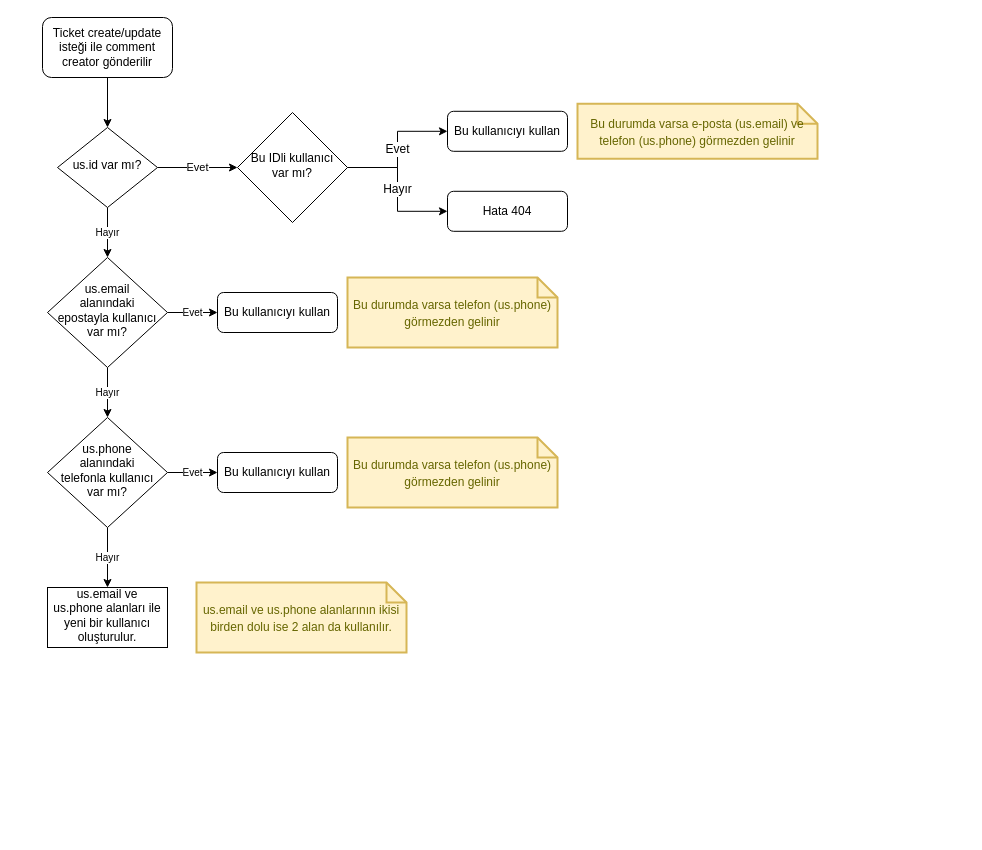
grispiapp/api-docs keeps this draw.io diagram as createNewTicketFromApi.drawio.xml. Above is the earlier version. Source tidied: cells renumbered, new cells numbered last; positions are measured from the earlier drawing's top-left corner, leaving out a move shared by most shapes. Both pictures are drawn from the tidied source at 100%, with x=0, y=0 at pixel (42, 17).
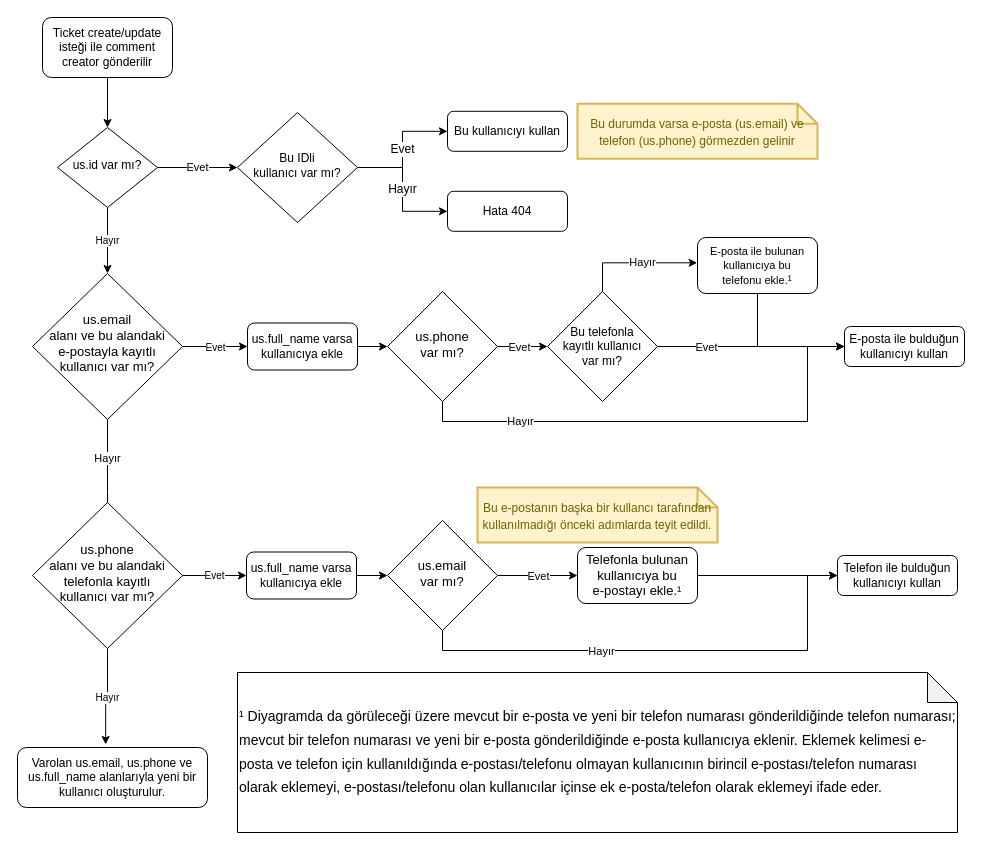
Above is the later version.

What changed in the source:
```diff
@@
-    <mxCell id="8" value="Evet" style="edgeStyle=orthogonalEdgeStyle;rounded=0;jettySize=auto;html=1;exitX=1;exitY=0.5;exitDx=0;exitDy=0;entryX=0;entryY=0.5;entryDx=0;entryDy=0;fontSize=10;" parent="1" edge="1" source="10" target="12">
-      <mxGeometry relative="1" as="geometry" />
+    <mxCell id="8" value="Evet" style="edgeStyle=orthogonalEdgeStyle;rounded=0;jettySize=auto;html=1;exitX=1;exitY=0.5;exitDx=0;exitDy=0;fontSize=10;" parent="1" edge="1" source="10">
+      <mxGeometry relative="1" as="geometry">
+        <mxPoint x="205" y="329" as="targetPoint" />
+      </mxGeometry>
     </mxCell>
-    <mxCell id="9" value="Hayır" style="edgeStyle=orthogonalEdgeStyle;rounded=0;jettySize=auto;html=1;entryX=0.5;entryY=0;entryDx=0;entryDy=0;fontSize=10;" parent="1" edge="1" source="10" target="16">
-      <mxGeometry relative="1" as="geometry" />
+    <mxCell id="9" style="edgeStyle=orthogonalEdgeStyle;rounded=0;jettySize=auto;html=1;entryX=0.5;entryY=0;entryDx=0;entryDy=0;fontSize=10;" parent="1" edge="1" source="10">
+      <mxGeometry relative="1" as="geometry">
+        <mxPoint x="65" y="548" as="targetPoint" />
+      </mxGeometry>
     </mxCell>
+    <mxCell id="25" value="Hayır" style="edgeLabel;html=1;align=center;verticalAlign=middle;" parent="9" vertex="1">
+      <mxGeometry x="-0.48" y="-1" relative="1" as="geometry" />
+    </mxCell>
-    <mxCell id="10" value="us.email&lt;br&gt;alanındaki&lt;br&gt;epostayla kullanıcı var mı?" style="rhombus;whiteSpace=wrap;html=1;shadow=0;fontFamily=Helvetica;fontSize=12;align=center;strokeWidth=1;spacing=6;spacingTop=-4;" parent="1" vertex="1">
-      <mxGeometry x="5" y="240" width="120" height="110" as="geometry" />
+    <mxCell id="10" value="&lt;font style=&quot;font-size: 13px;&quot;&gt;us.email&lt;br&gt;alanı ve bu alandaki&lt;br&gt;e-postayla kayıtlı kullanıcı var mı?&lt;/font&gt;" style="rhombus;whiteSpace=wrap;html=1;shadow=0;fontFamily=Helvetica;fontSize=12;align=center;strokeWidth=1;spacing=6;spacingTop=-6;" parent="1" vertex="1">
+      <mxGeometry x="-10" y="256" width="150" height="146" as="geometry" />
     </mxCell>
@@
-    <mxCell id="12" value="Bu kullanıcıyı kullan" style="rounded=1;whiteSpace=wrap;html=1;fontSize=12;glass=0;strokeWidth=1;shadow=0;" parent="1" vertex="1">
-      <mxGeometry x="175" y="275" width="120" height="40" as="geometry" />
-    </mxCell>
-    <mxCell id="13" value="&lt;font style=&quot;font-size: 12px;&quot;&gt;Bu durumda varsa telefon (us.phone) görmezden gelinir&lt;/font&gt;" style="shape=note;strokeWidth=2;fontSize=14;size=20;whiteSpace=wrap;html=1;fillColor=#fff2cc;strokeColor=#d6b656;fontColor=#666600;" parent="1" vertex="1">
-      <mxGeometry x="305" y="260" width="210" height="70" as="geometry" />
-    </mxCell>
-    <mxCell id="14" value="Evet" style="edgeStyle=orthogonalEdgeStyle;rounded=0;jettySize=auto;html=1;exitX=1;exitY=0.5;exitDx=0;exitDy=0;entryX=0;entryY=0.5;entryDx=0;entryDy=0;fontSize=10;" parent="1" edge="1" source="16" target="17">
-      <mxGeometry relative="1" as="geometry" />
-    </mxCell>
-    <mxCell id="15" value="Hayır" style="edgeStyle=orthogonalEdgeStyle;rounded=0;jettySize=auto;html=1;fontSize=10;" parent="1" edge="1" source="16" target="19">
+    <mxCell id="15" value="Hayır" style="edgeStyle=orthogonalEdgeStyle;rounded=0;jettySize=auto;html=1;fontSize=10;exitX=0.5;exitY=1;exitDx=0;exitDy=0;entryX=0.464;entryY=-0.051;entryDx=0;entryDy=0;entryPerimeter=0;" parent="1" edge="1" source="41" target="54">
       <mxGeometry relative="1" as="geometry" />
     </mxCell>
-    <mxCell id="16" value="us.phone&lt;br&gt;alanındaki&lt;br&gt;telefonla kullanıcı var mı?" style="rhombus;whiteSpace=wrap;html=1;shadow=0;fontFamily=Helvetica;fontSize=12;align=center;strokeWidth=1;spacing=6;spacingTop=-4;" parent="1" vertex="1">
-      <mxGeometry x="5" y="400" width="120" height="110" as="geometry" />
-    </mxCell>
-    <mxCell id="17" value="Bu kullanıcıyı kullan" style="rounded=1;whiteSpace=wrap;html=1;fontSize=12;glass=0;strokeWidth=1;shadow=0;" parent="1" vertex="1">
-      <mxGeometry x="175" y="435" width="120" height="40" as="geometry" />
-    </mxCell>
-    <mxCell id="18" value="&lt;font style=&quot;font-size: 12px;&quot;&gt;Bu durumda varsa telefon (us.phone) görmezden gelinir&lt;/font&gt;" style="shape=note;strokeWidth=2;fontSize=14;size=20;whiteSpace=wrap;html=1;fillColor=#fff2cc;strokeColor=#d6b656;fontColor=#666600;" parent="1" vertex="1">
-      <mxGeometry x="305" y="420" width="210" height="70" as="geometry" />
-    </mxCell>
-    <mxCell id="19" value="us.email ve us.phone alanları ile yeni bir kullanıcı oluşturulur." style="whiteSpace=wrap;html=1;shadow=0;strokeWidth=1;spacing=6;spacingTop=-4;" parent="1" vertex="1">
-      <mxGeometry x="5" y="570" width="120" height="60" as="geometry" />
-    </mxCell>
-    <mxCell id="20" value="&lt;font style=&quot;font-size: 12px;&quot;&gt;us.email ve us.phone alanlarının ikisi birden dolu ise 2 alan da kullanılır.&lt;/font&gt;" style="shape=note;strokeWidth=2;fontSize=14;size=20;whiteSpace=wrap;html=1;fillColor=#fff2cc;strokeColor=#d6b656;fontColor=#666600;" parent="1" vertex="1">
-      <mxGeometry x="154" y="565" width="210" height="70" as="geometry" />
-    </mxCell>
@@
-    <mxCell id="23" value="Bu IDli kullanıcı var mı?" style="rhombus;whiteSpace=wrap;html=1;shadow=0;fontFamily=Helvetica;fontSize=12;align=center;strokeWidth=1;spacing=6;spacingTop=-4;" parent="1" vertex="1">
-      <mxGeometry x="195" y="95" width="110" height="110" as="geometry" />
+    <mxCell id="23" value="Bu IDli &lt;br&gt;kullanıcı var mı?" style="rhombus;whiteSpace=wrap;html=1;shadow=0;fontFamily=Helvetica;fontSize=12;align=center;strokeWidth=1;spacing=6;spacingTop=-4;" parent="1" vertex="1">
+      <mxGeometry x="195" y="95" width="120" height="110" as="geometry" />
     </mxCell>
@@
+    <mxCell id="26" style="edgeStyle=orthogonalEdgeStyle;rounded=0;jettySize=auto;html=1;exitX=1;exitY=0.5;exitDx=0;exitDy=0;entryX=0;entryY=0.5;entryDx=0;entryDy=0;" parent="1" edge="1" source="30" target="33">
+      <mxGeometry relative="1" as="geometry" />
+    </mxCell>
+    <mxCell id="27" value="Evet" style="edgeLabel;html=1;align=center;verticalAlign=middle;" parent="26" vertex="1">
+      <mxGeometry x="-0.16" y="-1" relative="1" as="geometry">
+        <mxPoint y="-1" as="offset" />
+      </mxGeometry>
+    </mxCell>
+    <mxCell id="28" style="edgeStyle=orthogonalEdgeStyle;rounded=0;jettySize=auto;html=1;exitX=0.5;exitY=1;exitDx=0;exitDy=0;entryX=0;entryY=0.5;entryDx=0;entryDy=0;" parent="1" edge="1" source="30" target="38">
+      <mxGeometry relative="1" as="geometry">
+        <Array as="points">
+          <mxPoint x="400" y="404" />
+          <mxPoint x="765" y="404" />
+          <mxPoint x="765" y="329" />
+        </Array>
+      </mxGeometry>
+    </mxCell>
+    <mxCell id="29" value="Hayır" style="edgeLabel;html=1;align=center;verticalAlign=middle;" parent="28" vertex="1">
+      <mxGeometry x="-0.62" y="1" relative="1" as="geometry">
+        <mxPoint x="3" as="offset" />
+      </mxGeometry>
+    </mxCell>
+    <mxCell id="30" value="&lt;font style=&quot;font-size: 13px;&quot;&gt;us.phone &lt;br&gt;var mı?&lt;/font&gt;" style="rhombus;whiteSpace=wrap;html=1;shadow=0;fontFamily=Helvetica;fontSize=12;align=center;strokeWidth=1;spacing=6;spacingTop=-4;" parent="1" vertex="1">
+      <mxGeometry x="345" y="274" width="110" height="110" as="geometry" />
+    </mxCell>
+    <mxCell id="31" style="edgeStyle=orthogonalEdgeStyle;rounded=0;jettySize=auto;html=1;exitX=1;exitY=0.5;exitDx=0;exitDy=0;entryX=0;entryY=0.5;entryDx=0;entryDy=0;" parent="1" edge="1" source="33" target="38">
+      <mxGeometry relative="1" as="geometry" />
+    </mxCell>
+    <mxCell id="32" value="Evet" style="edgeLabel;html=1;align=center;verticalAlign=middle;" parent="31" vertex="1">
+      <mxGeometry x="-0.49" relative="1" as="geometry" />
+    </mxCell>
+    <mxCell id="33" value="&lt;font style=&quot;font-size: 12px;&quot;&gt;Bu telefonla &lt;br&gt;kayıtlı kullanıcı &lt;br&gt;var mı?&lt;/font&gt;" style="rhombus;whiteSpace=wrap;html=1;shadow=0;fontFamily=Helvetica;fontSize=12;align=center;strokeWidth=1;spacing=6;spacingTop=-1;" parent="1" vertex="1">
+      <mxGeometry x="505" y="274" width="110" height="110" as="geometry" />
+    </mxCell>
+    <mxCell id="34" style="edgeStyle=orthogonalEdgeStyle;rounded=0;jettySize=auto;html=1;exitX=0.5;exitY=1;exitDx=0;exitDy=0;endArrow=none;endFill=0;entryX=0;entryY=0.5;entryDx=0;entryDy=0;" parent="1" edge="1" source="35" target="38">
+      <mxGeometry relative="1" as="geometry" />
+    </mxCell>
+    <mxCell id="35" value="&lt;font style=&quot;font-size: 11px;&quot;&gt;E-posta ile bulunan kullanıcıya bu &lt;br&gt;telefonu ekle.&lt;/font&gt;¹" style="rounded=1;whiteSpace=wrap;html=1;fontSize=12;glass=0;strokeWidth=1;shadow=0;" parent="1" vertex="1">
+      <mxGeometry x="655" y="220" width="120" height="56" as="geometry" />
+    </mxCell>
+    <mxCell id="36" style="edgeStyle=orthogonalEdgeStyle;rounded=0;jettySize=auto;html=1;exitX=1;exitY=0.5;exitDx=0;exitDy=0;entryX=0;entryY=0.5;entryDx=0;entryDy=0;" parent="1" edge="1" source="37" target="30">
+      <mxGeometry relative="1" as="geometry" />
+    </mxCell>
+    <mxCell id="37" value="us.full_name varsa kullanıcıya ekle" style="rounded=1;whiteSpace=wrap;html=1;" parent="1" vertex="1">
+      <mxGeometry x="205" y="305.5" width="110" height="47" as="geometry" />
+    </mxCell>
+    <mxCell id="38" value="E-posta ile bulduğun kullanıcıyı kullan" style="rounded=1;whiteSpace=wrap;html=1;fontSize=12;glass=0;strokeWidth=1;shadow=0;" parent="1" vertex="1">
+      <mxGeometry x="802" y="309" width="120" height="40" as="geometry" />
+    </mxCell>
+    <mxCell id="39" style="edgeStyle=orthogonalEdgeStyle;rounded=0;jettySize=auto;html=1;exitX=0.5;exitY=0;exitDx=0;exitDy=0;entryX=-0.003;entryY=0.452;entryDx=0;entryDy=0;entryPerimeter=0;" parent="1" edge="1" source="33" target="35">
+      <mxGeometry relative="1" as="geometry" />
+    </mxCell>
+    <mxCell id="40" value="Hayır" style="edgeLabel;html=1;align=center;verticalAlign=middle;" parent="39" vertex="1">
+      <mxGeometry x="0.11" y="-1" relative="1" as="geometry">
+        <mxPoint y="-2" as="offset" />
+      </mxGeometry>
+    </mxCell>
+    <mxCell id="41" value="&lt;font style=&quot;font-size: 13px;&quot;&gt;us.phone&lt;br style=&quot;border-color: var(--border-color);&quot;&gt;alanı ve bu alandaki telefonla kayıtlı kullanıcı&amp;nbsp;var mı?&lt;/font&gt;" style="rhombus;whiteSpace=wrap;html=1;shadow=0;fontFamily=Helvetica;fontSize=12;align=center;strokeWidth=1;spacing=6;spacingTop=-5;" parent="1" vertex="1">
+      <mxGeometry x="-10" y="485" width="150" height="146" as="geometry" />
+    </mxCell>
+    <mxCell id="42" value="Evet" style="edgeStyle=orthogonalEdgeStyle;rounded=0;jettySize=auto;html=1;fontSize=10;exitX=1;exitY=0.5;exitDx=0;exitDy=0;" parent="1" edge="1" source="41">
+      <mxGeometry relative="1" as="geometry">
+        <mxPoint x="204" y="558" as="targetPoint" />
+      </mxGeometry>
+    </mxCell>
+    <mxCell id="43" style="edgeStyle=orthogonalEdgeStyle;rounded=0;jettySize=auto;html=1;exitX=1;exitY=0.5;exitDx=0;exitDy=0;entryX=0;entryY=0.5;entryDx=0;entryDy=0;" parent="1" edge="1" source="44" target="49">
+      <mxGeometry relative="1" as="geometry" />
+    </mxCell>
+    <mxCell id="44" value="us.full_name varsa kullanıcıya ekle" style="rounded=1;whiteSpace=wrap;html=1;" parent="1" vertex="1">
+      <mxGeometry x="204" y="534.5" width="110" height="47" as="geometry" />
+    </mxCell>
+    <mxCell id="45" style="edgeStyle=orthogonalEdgeStyle;rounded=0;jettySize=auto;html=1;" parent="1" edge="1" source="49" target="51">
+      <mxGeometry relative="1" as="geometry" />
+    </mxCell>
+    <mxCell id="46" value="Evet" style="edgeLabel;html=1;align=center;verticalAlign=middle;" parent="45" vertex="1">
+      <mxGeometry x="0.35" y="-2" relative="1" as="geometry">
+        <mxPoint x="-14" y="-2" as="offset" />
+      </mxGeometry>
+    </mxCell>
+    <mxCell id="47" style="edgeStyle=orthogonalEdgeStyle;rounded=0;jettySize=auto;html=1;exitX=0.5;exitY=1;exitDx=0;exitDy=0;entryX=0;entryY=0.5;entryDx=0;entryDy=0;" parent="1" edge="1" source="49" target="53">
+      <mxGeometry relative="1" as="geometry">
+        <Array as="points">
+          <mxPoint x="400" y="633" />
+          <mxPoint x="765" y="633" />
+          <mxPoint x="765" y="558" />
+        </Array>
+      </mxGeometry>
+    </mxCell>
+    <mxCell id="48" value="Hayır" style="edgeLabel;html=1;align=center;verticalAlign=middle;" parent="47" vertex="1">
+      <mxGeometry x="-0.27" relative="1" as="geometry">
+        <mxPoint x="-1" as="offset" />
+      </mxGeometry>
+    </mxCell>
+    <mxCell id="49" value="&lt;font style=&quot;font-size: 13px;&quot;&gt;us.email &lt;br&gt;var mı?&lt;/font&gt;" style="rhombus;whiteSpace=wrap;html=1;shadow=0;fontFamily=Helvetica;fontSize=12;align=center;strokeWidth=1;spacing=6;spacingTop=-4;" parent="1" vertex="1">
+      <mxGeometry x="345" y="503" width="110" height="110" as="geometry" />
+    </mxCell>
+    <mxCell id="50" style="edgeStyle=orthogonalEdgeStyle;rounded=0;jettySize=auto;html=1;entryX=0;entryY=0.5;entryDx=0;entryDy=0;" parent="1" edge="1" source="51" target="53">
+      <mxGeometry relative="1" as="geometry" />
+    </mxCell>
+    <mxCell id="51" value="&lt;font style=&quot;font-size: 13px;&quot;&gt;Telefonla bulunan kullanıcıya bu &lt;br style=&quot;font-size: 13px;&quot;&gt;e-postayı ekle.&lt;/font&gt;¹" style="rounded=1;whiteSpace=wrap;html=1;fontSize=13;glass=0;strokeWidth=1;shadow=0;" parent="1" vertex="1">
+      <mxGeometry x="535" y="530" width="120" height="56" as="geometry" />
+    </mxCell>
+    <mxCell id="52" value="&lt;font style=&quot;font-size: 12px;&quot;&gt;Bu e-postanın başka bir kullancı tarafından kullanılmadığı önceki adımlarda teyit edildi.&lt;/font&gt;" style="shape=note;strokeWidth=2;fontSize=14;size=20;whiteSpace=wrap;html=1;fillColor=#fff2cc;strokeColor=#d6b656;fontColor=#666600;" parent="1" vertex="1">
+      <mxGeometry x="435" y="470" width="240" height="55" as="geometry" />
+    </mxCell>
+    <mxCell id="53" value="Telefon ile bulduğun kullanıcıyı kullan" style="rounded=1;whiteSpace=wrap;html=1;fontSize=12;glass=0;strokeWidth=1;shadow=0;" parent="1" vertex="1">
+      <mxGeometry x="795" y="538" width="120" height="40" as="geometry" />
+    </mxCell>
+    <mxCell id="54" value="Varolan us.email, us.phone ve us.full_name alanlarıyla yeni bir kullanıcı oluşturulur." style="rounded=1;whiteSpace=wrap;html=1;" parent="1" vertex="1">
+      <mxGeometry x="-25" y="730" width="190" height="60" as="geometry" />
+    </mxCell>
+    <mxCell id="55" value="&lt;p style=&quot;line-height: 170%; font-size: 14px;&quot;&gt;&lt;font style=&quot;font-size: 14px;&quot;&gt;&lt;font style=&quot;font-size: 14px;&quot;&gt;¹ Diyagramda da görüleceği üzere mevcut bir e-posta ve yeni bir telefon numarası gönderildiğinde telefon numarası; mevcut bir telefon numarası ve yeni bir e-posta gönderildiğinde e-posta kullanıcıya eklenir. Eklemek kelimesi e-posta ve telefon için kullanıldığında e-postası/telefonu olmayan kullanıcının birincil e-postası/telefon numarası olarak eklemeyi, e-postası/telefonu olan kullanıcılar içinse ek e-posta/telefon olarak eklemeyi ifade eder.&lt;/font&gt;&lt;br&gt;&lt;/font&gt;&lt;/p&gt;" style="shape=note;html=1;backgroundOutline=1;darkOpacity=0.05;align=left;whiteSpace=wrap;" parent="1" vertex="1">
+      <mxGeometry x="195" y="655" width="720" height="160" as="geometry" />
+    </mxCell>
```
